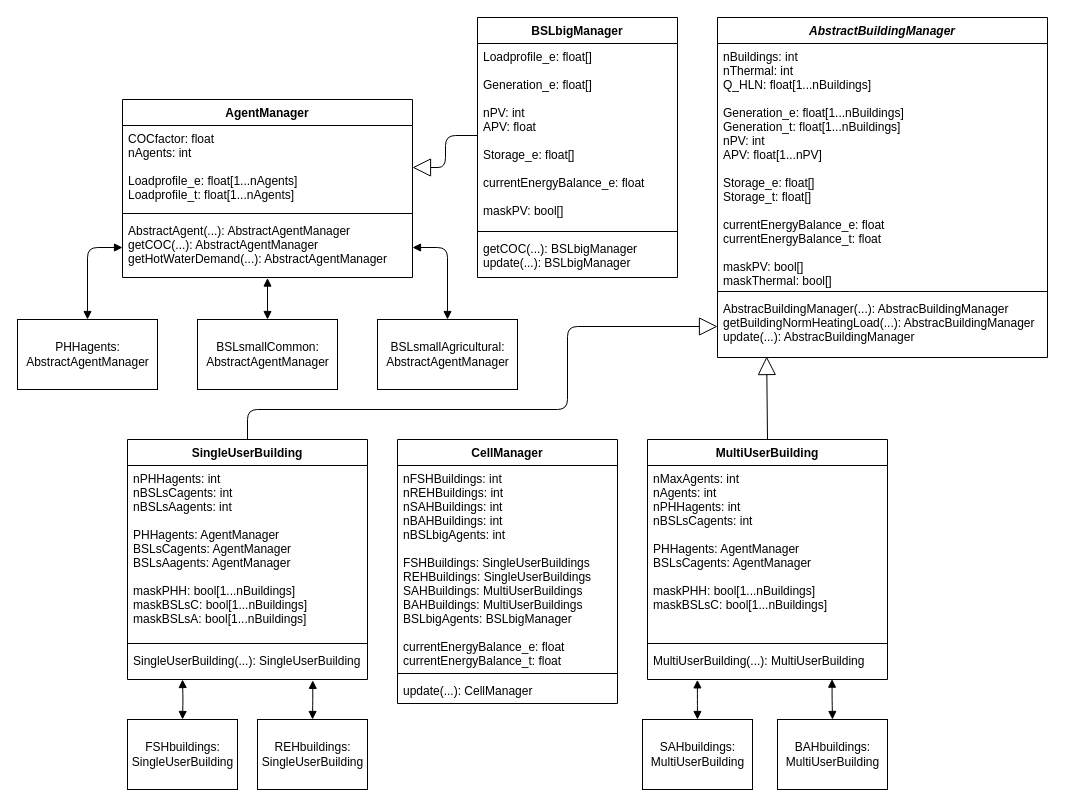
Earlier version of the draw.io diagram page "WithBuildings" (2 of 2) of ModelStructure.drawio (HSZittauGoerlitz/EnSySim). Source tidied: cells renumbered, new cells numbered last; positions are measured from the earlier drawing's top-left corner, leaving out a move shared by most shapes. Both pictures are drawn from the tidied source at 100%, with x=0, y=0 at pixel (17, 17).
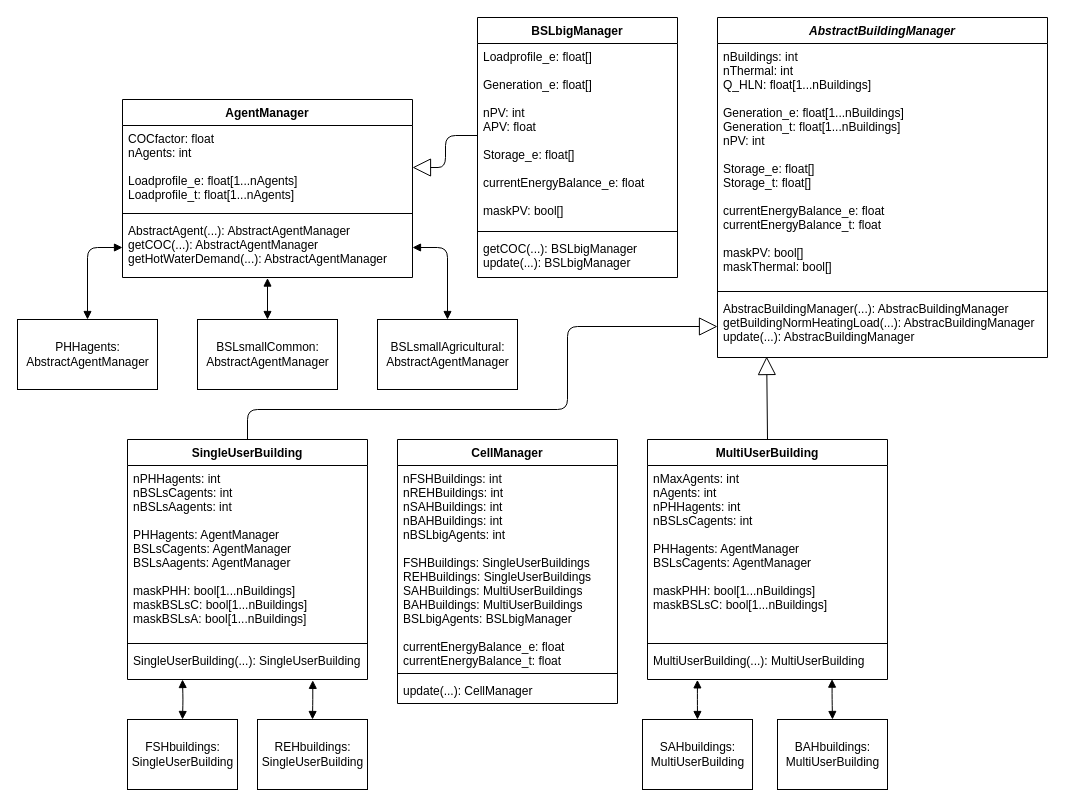
The same diagram, later.

Unchanged cells that the change refers to:
```xml
<mxCell id="39" value="AbstractBuildingManager" style="swimlane;fontStyle=3;align=center;verticalAlign=top;horizontal=1;startSize=26;" parent="1" vertex="1">
  <mxGeometry x="700" width="330" height="340" as="geometry" />
</mxCell>
```

The edit, as a diff of the source:
```diff
@@
-    <mxCell id="40" value="nBuildings: int&#10;nThermal: int&#10;Q_HLN: float[1...nBuildings]&#10;&#10;Generation_e: float[1...nBuildings]&#10;Generation_t: float[1...nBuildings]&#10;nPV: int&#10;APV: float[1...nPV]&#10;&#10;Storage_e: float[]&#10;Storage_t: float[]&#10;&#10;currentEnergyBalance_e: float&#10;currentEnergyBalance_t: float&#10;&#10;maskPV: bool[]&#10;maskThermal: bool[]" style="text;strokeColor=none;fillColor=none;align=left;verticalAlign=top;spacingLeft=4;spacingRight=4;overflow=hidden;" parent="39" vertex="1">
+    <mxCell id="40" value="nBuildings: int&#10;nThermal: int&#10;Q_HLN: float[1...nBuildings]&#10;&#10;Generation_e: float[1...nBuildings]&#10;Generation_t: float[1...nBuildings]&#10;nPV: int&#10;&#10;Storage_e: float[]&#10;Storage_t: float[]&#10;&#10;currentEnergyBalance_e: float&#10;currentEnergyBalance_t: float&#10;&#10;maskPV: bool[]&#10;maskThermal: bool[]" style="text;strokeColor=none;fillColor=none;align=left;verticalAlign=top;spacingLeft=4;spacingRight=4;overflow=hidden;" parent="39" vertex="1">
       <mxGeometry y="26" width="330" height="244" as="geometry" />
     </mxCell>
```
